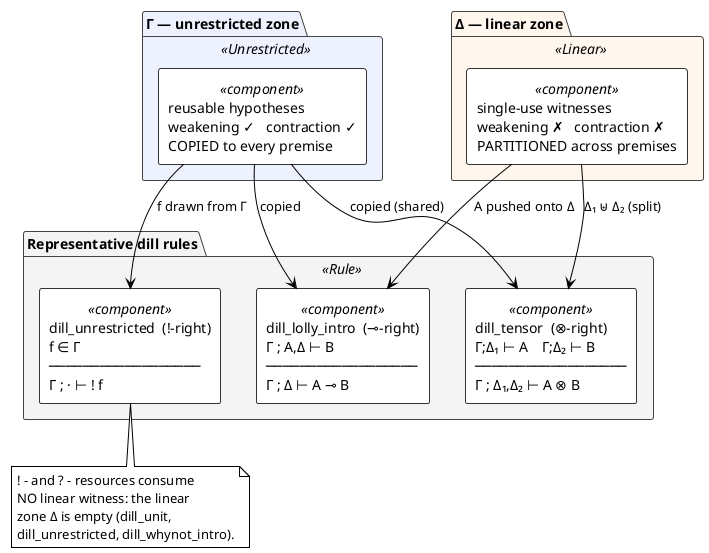
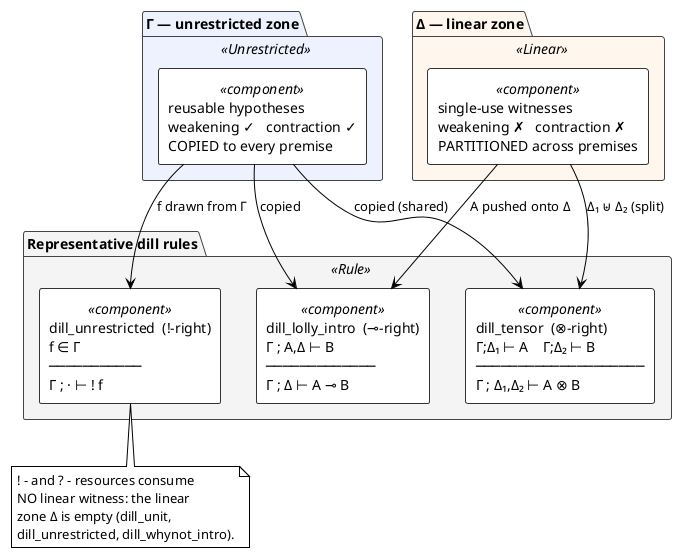
' DILL Two-Zone Sequent — Γ ; Δ ⊢ A. Contrasts the unrestricted zone Γ
' (reusable; admits weakening + contraction; copied to every premise) with
' the linear zone Δ (single-use; no weakening, no contraction; partitioned
' across premises), and shows three representative `dill` rules.
'
' Source of truth for Figure 2 in docs/theory/cost-accounting-linear-logic.md.
' Render:
'   plantuml -tsvg docs/theory/diagrams/dill-two-zone-flow.puml

@startuml dill-two-zone-flow
!theme plain

skinparam componentStyle rectangle
skinparam package {
  BackgroundColor<<Unrestricted>> #EEF2FF
  BackgroundColor<<Linear>>       #FFF7EE
  BackgroundColor<<Rule>>         #F4F4F4
  BorderColor #444444
}
skinparam component {
  BackgroundColor #FFFFFF
  BorderColor     #333333
}

package "Γ — unrestricted zone" <<Unrestricted>> {
  component "reusable hypotheses\nweakening ✓   contraction ✓\nCOPIED to every premise" <<component>> as GAMMA
}

package "Δ — linear zone" <<Linear>> {
  component "single-use witnesses\nweakening ✗   contraction ✗\nPARTITIONED across premises" <<component>> as DELTA
}

package "Representative dill rules" <<Rule>> {
-   component "dill_tensor  (⊗-right)\nΓ;Δ₁ ⊢ A    Γ;Δ₂ ⊢ B\n──────────────────\nΓ ; Δ₁,Δ₂ ⊢ A ⊗ B" <<component>> as TENSOR
-   component "dill_lolly_intro  (⊸-right)\nΓ ; A,Δ ⊢ B\n──────────────────\nΓ ; Δ ⊢ A ⊸ B" <<component>> as LOLLY
-   component "dill_unrestricted  (!-right)\nf ∈ Γ\n──────────────────\nΓ ; · ⊢ ! f" <<component>> as BANG
+   component "dill_tensor  (⊗-right)\nΓ;Δ₁ ⊢ A    Γ;Δ₂ ⊢ B\n────────────────────\nΓ ; Δ₁,Δ₂ ⊢ A ⊗ B" <<component>> as TENSOR
+   component "dill_lolly_intro  (⊸-right)\nΓ ; A,Δ ⊢ B\n─────────────\nΓ ; Δ ⊢ A ⊸ B" <<component>> as LOLLY
+   component "dill_unrestricted  (!-right)\nf ∈ Γ\n───────────\nΓ ; · ⊢ ! f" <<component>> as BANG
}

GAMMA --> TENSOR : copied (shared)
DELTA --> TENSOR : Δ₁ ⊎ Δ₂ (split)
GAMMA --> LOLLY  : copied
DELTA --> LOLLY  : A pushed onto Δ
GAMMA --> BANG   : f drawn from Γ
note bottom of BANG
  ! - and ? - resources consume
  NO linear witness: the linear
  zone Δ is empty (dill_unit,
  dill_unrestricted, dill_whynot_intro).
end note
@enduml
